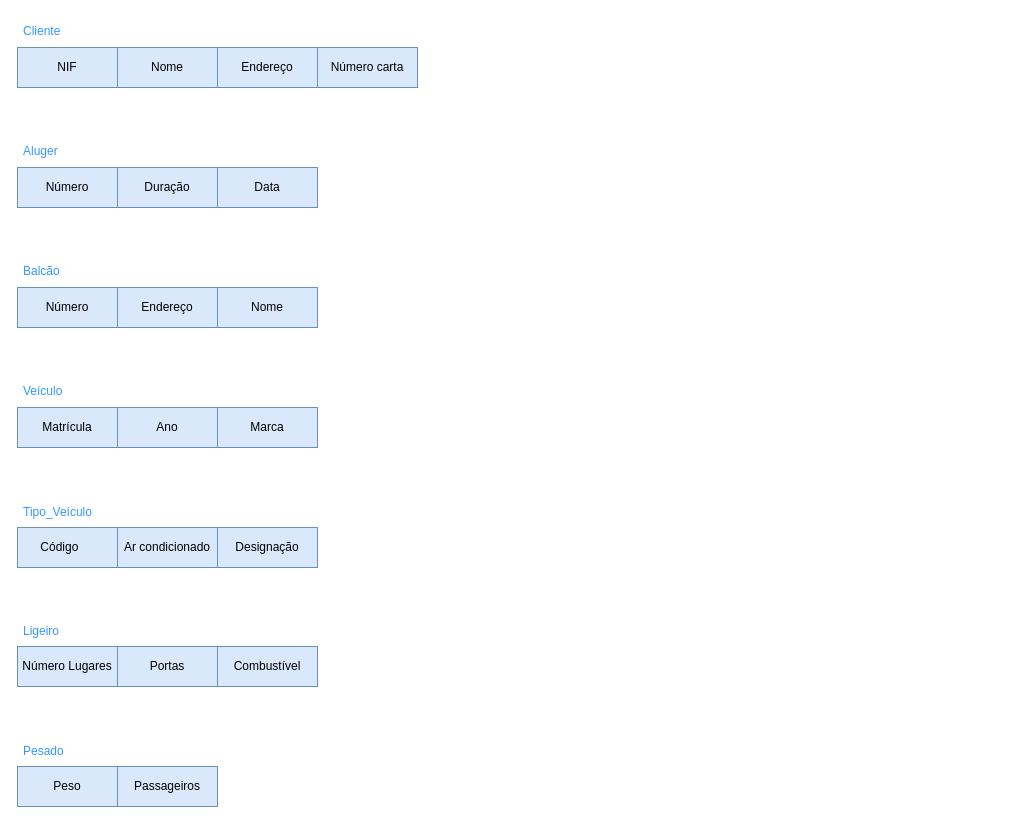
This is BD-P/aula3/ex3_1_c.drawio from aokiLourenco/BD, a draw.io file, before an edit. Source tidied: cells renumbered, new cells numbered last; positions are measured from the earlier drawing's top-left corner, leaving out a move shared by most shapes. Both pictures are drawn from the tidied source at 100%, with x=0, y=0 at pixel (17, 17).
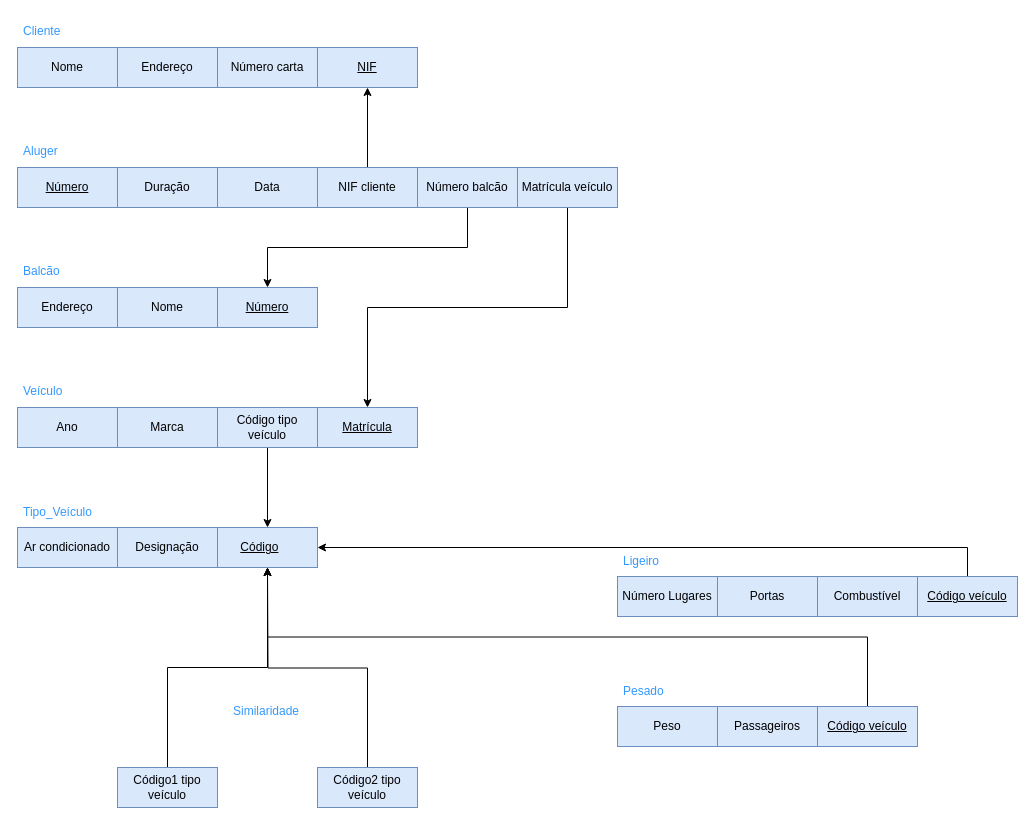
After the change.

Diff of the diagram source:
```diff
@@
-    <mxCell id="2" value="NIF" style="whiteSpace=wrap;html=1;align=center;fillColor=#dae8fc;strokeColor=#6c8ebf;" parent="1" vertex="1">
-      <mxGeometry y="30" width="100" height="40" as="geometry" />
+    <mxCell id="2" value="&lt;u&gt;NIF&lt;/u&gt;" style="whiteSpace=wrap;html=1;align=center;fillColor=#dae8fc;strokeColor=#6c8ebf;" parent="1" vertex="1">
+      <mxGeometry x="300" y="30" width="100" height="40" as="geometry" />
     </mxCell>
@@
     <mxCell id="4" value="Nome" style="whiteSpace=wrap;html=1;align=center;fillColor=#dae8fc;strokeColor=#6c8ebf;" parent="1" vertex="1">
-      <mxGeometry x="100" y="30" width="100" height="40" as="geometry" />
+      <mxGeometry y="30" width="100" height="40" as="geometry" />
     </mxCell>
     <mxCell id="5" value="Endereço" style="whiteSpace=wrap;html=1;align=center;fillColor=#dae8fc;strokeColor=#6c8ebf;" parent="1" vertex="1">
-      <mxGeometry x="200" y="30" width="100" height="40" as="geometry" />
+      <mxGeometry x="100" y="30" width="100" height="40" as="geometry" />
     </mxCell>
     <mxCell id="6" value="Número carta" style="whiteSpace=wrap;html=1;align=center;fillColor=#dae8fc;strokeColor=#6c8ebf;" parent="1" vertex="1">
-      <mxGeometry x="300" y="30" width="100" height="40" as="geometry" />
+      <mxGeometry x="200" y="30" width="100" height="40" as="geometry" />
     </mxCell>
-    <mxCell id="7" value="Número" style="whiteSpace=wrap;html=1;align=center;fillColor=#dae8fc;strokeColor=#6c8ebf;" parent="1" vertex="1">
+    <mxCell id="7" value="&lt;u&gt;Número&lt;/u&gt;" style="whiteSpace=wrap;html=1;align=center;fillColor=#dae8fc;strokeColor=#6c8ebf;" parent="1" vertex="1">
       <mxGeometry y="150" width="100" height="40" as="geometry" />
     </mxCell>
@@
-    <mxCell id="11" value="Número" style="whiteSpace=wrap;html=1;align=center;fillColor=#dae8fc;strokeColor=#6c8ebf;" parent="1" vertex="1">
-      <mxGeometry y="270" width="100" height="40" as="geometry" />
+    <mxCell id="11" value="&lt;u&gt;Número&lt;/u&gt;" style="whiteSpace=wrap;html=1;align=center;fillColor=#dae8fc;strokeColor=#6c8ebf;" parent="1" vertex="1">
+      <mxGeometry x="200" y="270" width="100" height="40" as="geometry" />
     </mxCell>
@@
     <mxCell id="13" value="Endereço" style="whiteSpace=wrap;html=1;align=center;fillColor=#dae8fc;strokeColor=#6c8ebf;" parent="1" vertex="1">
-      <mxGeometry x="100" y="270" width="100" height="40" as="geometry" />
+      <mxGeometry y="270" width="100" height="40" as="geometry" />
     </mxCell>
     <mxCell id="14" value="Nome" style="whiteSpace=wrap;html=1;align=center;fillColor=#dae8fc;strokeColor=#6c8ebf;" parent="1" vertex="1">
-      <mxGeometry x="200" y="270" width="100" height="40" as="geometry" />
+      <mxGeometry x="100" y="270" width="100" height="40" as="geometry" />
     </mxCell>
-    <mxCell id="15" value="Matrícula" style="whiteSpace=wrap;html=1;align=center;fillColor=#dae8fc;strokeColor=#6c8ebf;" parent="1" vertex="1">
-      <mxGeometry y="390" width="100" height="40" as="geometry" />
+    <mxCell id="15" value="&lt;u&gt;Matrícula&lt;/u&gt;" style="whiteSpace=wrap;html=1;align=center;fillColor=#dae8fc;strokeColor=#6c8ebf;" parent="1" vertex="1">
+      <mxGeometry x="300" y="390" width="100" height="40" as="geometry" />
     </mxCell>
@@
     <mxCell id="17" value="Ano" style="whiteSpace=wrap;html=1;align=center;fillColor=#dae8fc;strokeColor=#6c8ebf;" parent="1" vertex="1">
-      <mxGeometry x="100" y="390" width="100" height="40" as="geometry" />
+      <mxGeometry y="390" width="100" height="40" as="geometry" />
     </mxCell>
     <mxCell id="18" value="Marca" style="whiteSpace=wrap;html=1;align=center;fillColor=#dae8fc;strokeColor=#6c8ebf;" parent="1" vertex="1">
-      <mxGeometry x="200" y="390" width="100" height="40" as="geometry" />
+      <mxGeometry x="100" y="390" width="100" height="40" as="geometry" />
     </mxCell>
-    <mxCell id="19" value="Código&lt;span style=&quot;white-space: pre;&quot;&gt;&#9;&lt;/span&gt;" style="whiteSpace=wrap;html=1;align=center;fillColor=#dae8fc;strokeColor=#6c8ebf;" parent="1" vertex="1">
-      <mxGeometry y="510" width="100" height="40" as="geometry" />
+    <mxCell id="19" value="&lt;u&gt;Código&lt;span style=&quot;white-space: pre;&quot;&gt;&#9;&lt;/span&gt;&lt;/u&gt;" style="whiteSpace=wrap;html=1;align=center;fillColor=#dae8fc;strokeColor=#6c8ebf;" parent="1" vertex="1">
+      <mxGeometry x="200" y="510" width="100" height="40" as="geometry" />
     </mxCell>
@@
     <mxCell id="21" value="Ar condicionado" style="whiteSpace=wrap;html=1;align=center;fillColor=#dae8fc;strokeColor=#6c8ebf;" parent="1" vertex="1">
-      <mxGeometry x="100" y="510" width="100" height="40" as="geometry" />
+      <mxGeometry y="510" width="100" height="40" as="geometry" />
     </mxCell>
     <mxCell id="22" value="Designação" style="whiteSpace=wrap;html=1;align=center;fillColor=#dae8fc;strokeColor=#6c8ebf;" parent="1" vertex="1">
-      <mxGeometry x="200" y="510" width="100" height="40" as="geometry" />
+      <mxGeometry x="100" y="510" width="100" height="40" as="geometry" />
     </mxCell>
     <mxCell id="23" value="Número Lugares" style="whiteSpace=wrap;html=1;align=center;fillColor=#dae8fc;strokeColor=#6c8ebf;" parent="1" vertex="1">
-      <mxGeometry y="629" width="100" height="40" as="geometry" />
+      <mxGeometry x="600" y="559" width="100" height="40" as="geometry" />
     </mxCell>
     <mxCell id="24" value="&lt;font color=&quot;#3399ff&quot;&gt;Ligeiro&lt;/font&gt;" style="text;strokeColor=none;fillColor=none;spacingLeft=4;spacingRight=4;overflow=hidden;fontSize=12;whiteSpace=wrap;html=1;" parent="1" vertex="1">
-      <mxGeometry y="600" width="90" height="30" as="geometry" />
+      <mxGeometry x="600" y="530" width="90" height="30" as="geometry" />
     </mxCell>
     <mxCell id="25" value="Portas" style="whiteSpace=wrap;html=1;align=center;fillColor=#dae8fc;strokeColor=#6c8ebf;" parent="1" vertex="1">
-      <mxGeometry x="100" y="629" width="100" height="40" as="geometry" />
+      <mxGeometry x="700" y="559" width="100" height="40" as="geometry" />
     </mxCell>
     <mxCell id="26" value="Combustível" style="whiteSpace=wrap;html=1;align=center;fillColor=#dae8fc;strokeColor=#6c8ebf;" parent="1" vertex="1">
-      <mxGeometry x="200" y="629" width="100" height="40" as="geometry" />
+      <mxGeometry x="800" y="559" width="100" height="40" as="geometry" />
     </mxCell>
     <mxCell id="27" value="Peso" style="whiteSpace=wrap;html=1;align=center;fillColor=#dae8fc;strokeColor=#6c8ebf;" parent="1" vertex="1">
-      <mxGeometry y="749" width="100" height="40" as="geometry" />
+      <mxGeometry x="600" y="689" width="100" height="40" as="geometry" />
     </mxCell>
     <mxCell id="28" value="&lt;font color=&quot;#3399ff&quot;&gt;Pesado&lt;/font&gt;" style="text;strokeColor=none;fillColor=none;spacingLeft=4;spacingRight=4;overflow=hidden;fontSize=12;whiteSpace=wrap;html=1;" parent="1" vertex="1">
-      <mxGeometry y="720" width="90" height="30" as="geometry" />
+      <mxGeometry x="600" y="660" width="90" height="30" as="geometry" />
     </mxCell>
     <mxCell id="29" value="Passageiros" style="whiteSpace=wrap;html=1;align=center;fillColor=#dae8fc;strokeColor=#6c8ebf;" parent="1" vertex="1">
-      <mxGeometry x="100" y="749" width="100" height="40" as="geometry" />
+      <mxGeometry x="700" y="689" width="100" height="40" as="geometry" />
     </mxCell>
+    <mxCell id="30" style="edgeStyle=orthogonalEdgeStyle;rounded=0;jettySize=auto;html=1;exitX=0.5;exitY=0;exitDx=0;exitDy=0;entryX=1;entryY=0.5;entryDx=0;entryDy=0;" parent="1" edge="1" source="31" target="19">
+      <mxGeometry relative="1" as="geometry" />
+    </mxCell>
+    <mxCell id="31" value="&lt;u&gt;Código veículo&lt;/u&gt;" style="whiteSpace=wrap;html=1;align=center;fillColor=#dae8fc;strokeColor=#6c8ebf;" parent="1" vertex="1">
+      <mxGeometry x="900" y="559" width="100" height="40" as="geometry" />
+    </mxCell>
+    <mxCell id="32" style="edgeStyle=orthogonalEdgeStyle;rounded=0;jettySize=auto;html=1;exitX=0.5;exitY=0;exitDx=0;exitDy=0;entryX=0.5;entryY=1;entryDx=0;entryDy=0;" parent="1" edge="1" source="33" target="19">
+      <mxGeometry relative="1" as="geometry" />
+    </mxCell>
+    <mxCell id="33" value="&lt;u&gt;Código veículo&lt;/u&gt;" style="whiteSpace=wrap;html=1;align=center;fillColor=#dae8fc;strokeColor=#6c8ebf;" parent="1" vertex="1">
+      <mxGeometry x="800" y="689" width="100" height="40" as="geometry" />
+    </mxCell>
+    <mxCell id="34" style="edgeStyle=orthogonalEdgeStyle;rounded=0;jettySize=auto;html=1;exitX=0.5;exitY=0;exitDx=0;exitDy=0;entryX=0.5;entryY=1;entryDx=0;entryDy=0;" parent="1" edge="1" source="35" target="2">
+      <mxGeometry relative="1" as="geometry" />
+    </mxCell>
+    <mxCell id="35" value="NIF cliente" style="whiteSpace=wrap;html=1;align=center;fillColor=#dae8fc;strokeColor=#6c8ebf;" parent="1" vertex="1">
+      <mxGeometry x="300" y="150" width="100" height="40" as="geometry" />
+    </mxCell>
+    <mxCell id="36" style="edgeStyle=orthogonalEdgeStyle;rounded=0;jettySize=auto;html=1;exitX=0.5;exitY=1;exitDx=0;exitDy=0;" parent="1" edge="1" source="37" target="11">
+      <mxGeometry relative="1" as="geometry" />
+    </mxCell>
+    <mxCell id="37" value="Número balcão" style="whiteSpace=wrap;html=1;align=center;fillColor=#dae8fc;strokeColor=#6c8ebf;" parent="1" vertex="1">
+      <mxGeometry x="400" y="150" width="100" height="40" as="geometry" />
+    </mxCell>
+    <mxCell id="38" style="edgeStyle=orthogonalEdgeStyle;rounded=0;jettySize=auto;html=1;exitX=0.5;exitY=1;exitDx=0;exitDy=0;entryX=0.5;entryY=0;entryDx=0;entryDy=0;" parent="1" edge="1" source="39" target="15">
+      <mxGeometry relative="1" as="geometry" />
+    </mxCell>
+    <mxCell id="39" value="Matrícula veículo" style="whiteSpace=wrap;html=1;align=center;fillColor=#dae8fc;strokeColor=#6c8ebf;" parent="1" vertex="1">
+      <mxGeometry x="500" y="150" width="100" height="40" as="geometry" />
+    </mxCell>
+    <mxCell id="40" style="edgeStyle=orthogonalEdgeStyle;rounded=0;jettySize=auto;html=1;exitX=0.5;exitY=1;exitDx=0;exitDy=0;entryX=0.5;entryY=0;entryDx=0;entryDy=0;" parent="1" edge="1" source="41" target="19">
+      <mxGeometry relative="1" as="geometry" />
+    </mxCell>
+    <mxCell id="41" value="Código tipo&lt;div&gt;veículo&lt;/div&gt;" style="whiteSpace=wrap;html=1;align=center;fillColor=#dae8fc;strokeColor=#6c8ebf;" parent="1" vertex="1">
+      <mxGeometry x="200" y="390" width="100" height="40" as="geometry" />
+    </mxCell>
+    <mxCell id="42" style="edgeStyle=orthogonalEdgeStyle;rounded=0;jettySize=auto;html=1;exitX=0.5;exitY=0;exitDx=0;exitDy=0;entryX=0.5;entryY=1;entryDx=0;entryDy=0;" parent="1" edge="1" source="43" target="19">
+      <mxGeometry relative="1" as="geometry" />
+    </mxCell>
+    <mxCell id="43" value="Código1 tipo veículo" style="whiteSpace=wrap;html=1;align=center;fillColor=#dae8fc;strokeColor=#6c8ebf;" parent="1" vertex="1">
+      <mxGeometry x="100" y="750" width="100" height="40" as="geometry" />
+    </mxCell>
+    <mxCell id="44" style="edgeStyle=orthogonalEdgeStyle;rounded=0;jettySize=auto;html=1;exitX=0.5;exitY=0;exitDx=0;exitDy=0;" parent="1" edge="1" source="45">
+      <mxGeometry relative="1" as="geometry">
+        <mxPoint x="250" y="550" as="targetPoint" />
+      </mxGeometry>
+    </mxCell>
+    <mxCell id="45" value="Código2 tipo veículo" style="whiteSpace=wrap;html=1;align=center;fillColor=#dae8fc;strokeColor=#6c8ebf;" parent="1" vertex="1">
+      <mxGeometry x="300" y="750" width="100" height="40" as="geometry" />
+    </mxCell>
+    <mxCell id="46" value="&lt;font color=&quot;#3399ff&quot;&gt;Similaridade&lt;/font&gt;" style="text;strokeColor=none;fillColor=none;spacingLeft=4;spacingRight=4;overflow=hidden;fontSize=12;whiteSpace=wrap;html=1;" parent="1" vertex="1">
+      <mxGeometry x="210" y="680" width="90" height="30" as="geometry" />
+    </mxCell>
```
